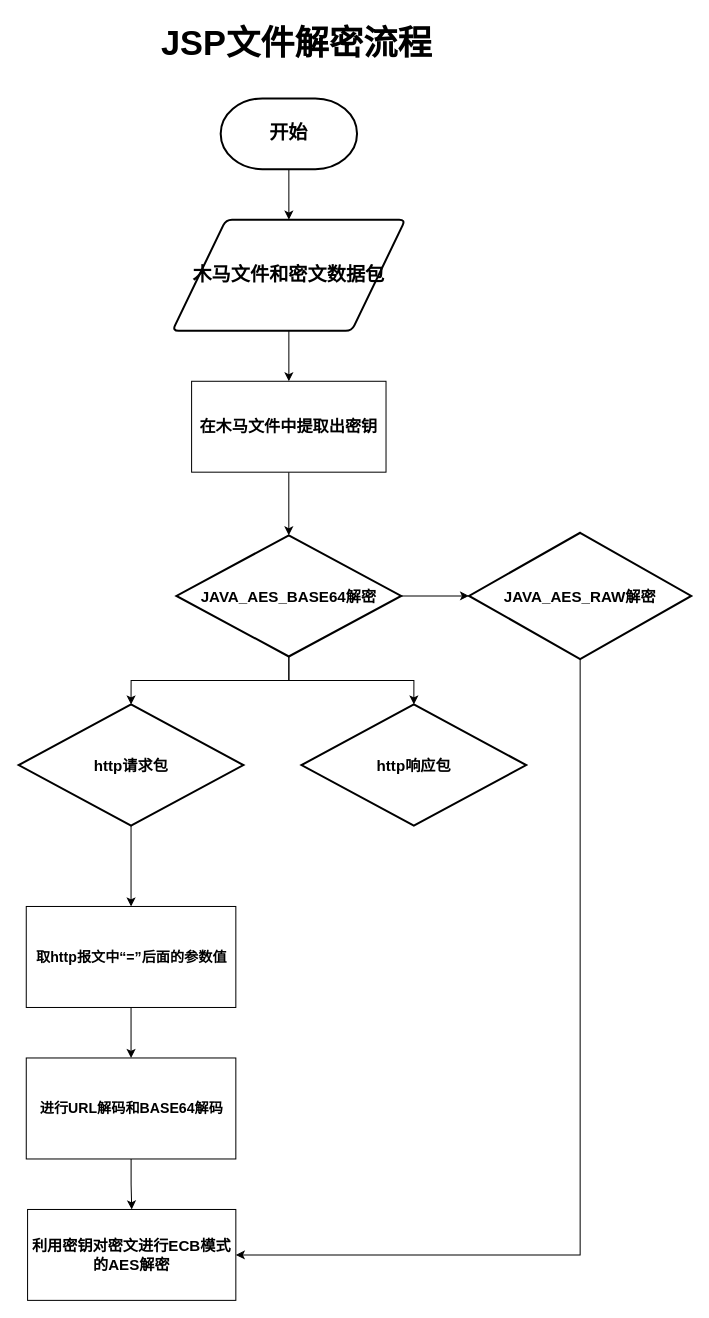
The draw.io diagram 未命名绘图.drawio in huaze28/writeup, before the edit. Source tidied: cells renumbered, new cells numbered last; positions are measured from the earlier drawing's top-left corner, leaving out a move shared by most shapes. Both pictures are drawn from the tidied source at 101%, with x=0, y=0 at pixel (18, 17).
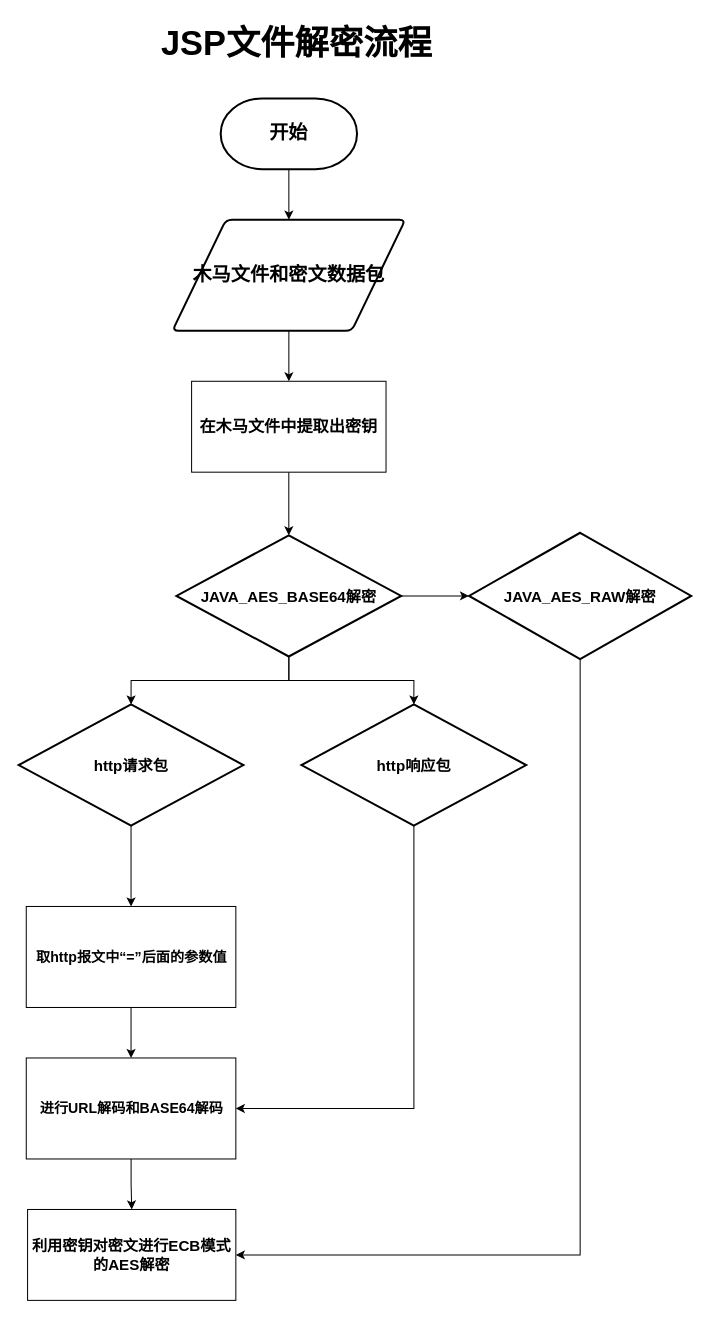
After the change.

Commit message (it also covers changes not shown here):
更新未命名绘图.drawio

Unchanged cells that the change refers to:
```xml
<mxCell id="20" value="&lt;font size=&quot;1&quot; style=&quot;&quot;&gt;&lt;b style=&quot;font-size: 15px;&quot;&gt;http响应包&lt;/b&gt;&lt;/font&gt;" style="strokeWidth=2;html=1;shape=mxgraph.flowchart.decision;whiteSpace=wrap;" parent="1" vertex="1">
  <mxGeometry x="280" y="680" width="222.5" height="120" as="geometry" />
</mxCell>
<mxCell id="22" value="&lt;font style=&quot;font-size: 14px;&quot;&gt;&lt;b&gt;进行URL解码和BASE64解码&lt;/b&gt;&lt;/font&gt;" style="rounded=0;whiteSpace=wrap;html=1;" parent="1" vertex="1">
  <mxGeometry x="7.5" y="1030" width="207.5" height="100" as="geometry" />
</mxCell>
```

The edit, as a diff of the source:
```diff
@@
+    <mxCell id="23" style="edgeStyle=orthogonalEdgeStyle;rounded=0;jettySize=auto;html=1;entryX=1;entryY=0.5;entryDx=0;entryDy=0;" parent="1" edge="1" source="20" target="22">
+      <mxGeometry relative="1" as="geometry">
+        <Array as="points">
+          <mxPoint x="391" y="1080" />
+        </Array>
+      </mxGeometry>
+    </mxCell>
```
